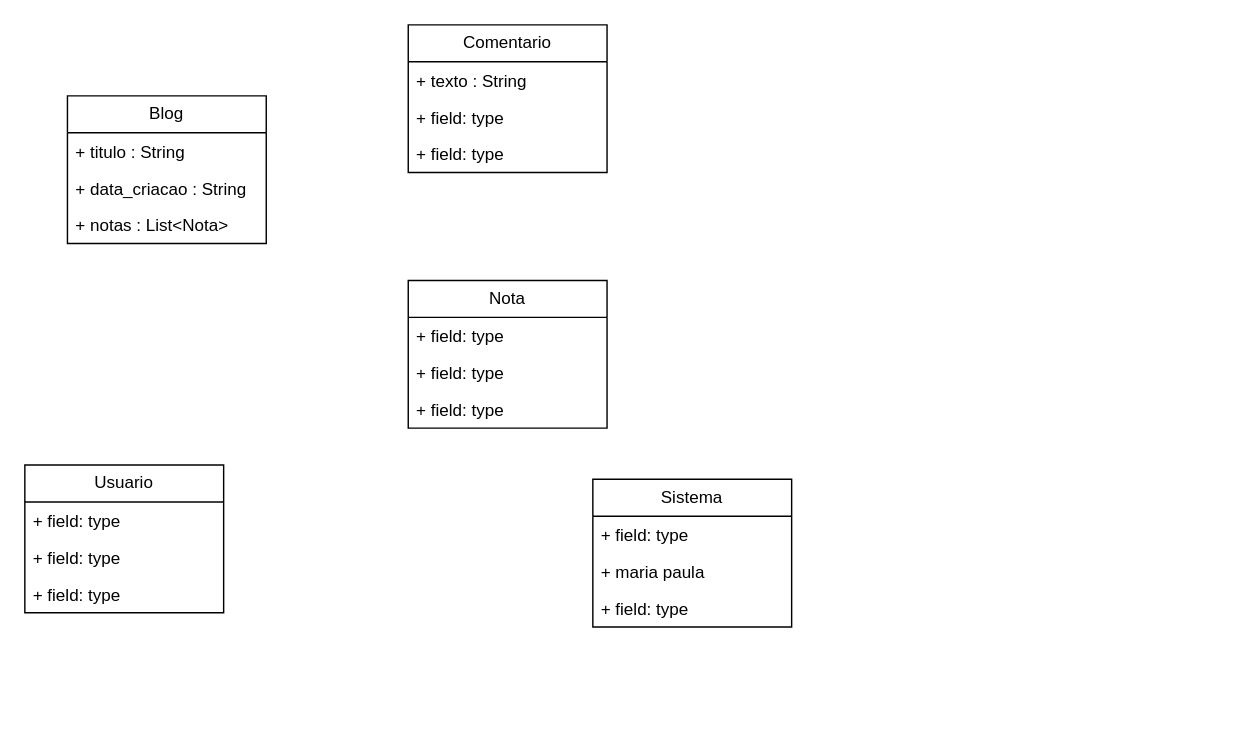
Before: Diagrama sem nome.drawio in JPleal01/Engenharia_Software, a draw.io diagram. Source tidied: cells renumbered, new cells numbered last; positions are measured from the earlier drawing's top-left corner, leaving out a move shared by most shapes. Both pictures are drawn from the tidied source at 142%, with x=0, y=0 at pixel (24, 24).
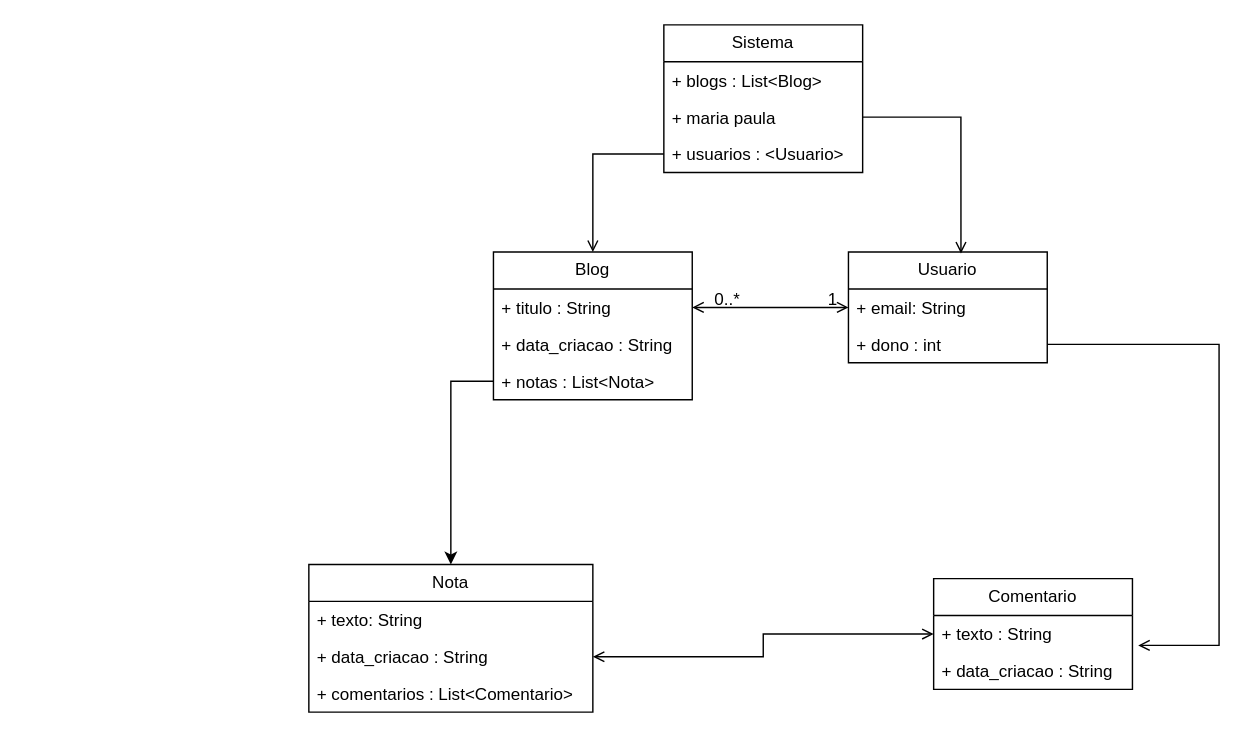
After the change.

The change refers to these unchanged cells:
```xml
<mxCell id="7" value="+ titulo : String" style="text;strokeColor=none;fillColor=none;align=left;verticalAlign=top;spacingLeft=4;spacingRight=4;overflow=hidden;points=[[0,0.5],[1,0.5]];portConstraint=eastwest;whiteSpace=wrap;html=1;" parent="6" vertex="1">
  <mxGeometry y="26" width="140" height="26" as="geometry" />
</mxCell>
<mxCell id="9" value="+ notas : List&amp;lt;Nota&amp;gt;" style="text;strokeColor=none;fillColor=none;align=left;verticalAlign=top;spacingLeft=4;spacingRight=4;overflow=hidden;points=[[0,0.5],[1,0.5]];portConstraint=eastwest;whiteSpace=wrap;html=1;" parent="6" vertex="1">
  <mxGeometry y="78" width="140" height="26" as="geometry" />
</mxCell>
<mxCell id="11" value="+ texto : String" style="text;strokeColor=none;fillColor=none;align=left;verticalAlign=top;spacingLeft=4;spacingRight=4;overflow=hidden;points=[[0,0.5],[1,0.5]];portConstraint=eastwest;whiteSpace=wrap;html=1;" parent="10" vertex="1">
  <mxGeometry y="26" width="140" height="26" as="geometry" />
</mxCell>
<mxCell id="20" value="+ maria paula&amp;nbsp;" style="text;strokeColor=none;fillColor=none;align=left;verticalAlign=top;spacingLeft=4;spacingRight=4;overflow=hidden;points=[[0,0.5],[1,0.5]];portConstraint=eastwest;whiteSpace=wrap;html=1;" parent="18" vertex="1">
  <mxGeometry y="52" width="140" height="26" as="geometry" />
</mxCell>
```

Change to the diagram source:
```diff
@@
     <mxCell id="2" value="Nota" style="swimlane;fontStyle=0;horizontal=1;startSize=26;fillColor=none;whiteSpace=wrap;html=1;" parent="1" vertex="1">
-      <mxGeometry x="270" y="180" width="140" height="104" as="geometry" />
+      <mxGeometry x="200" y="380" width="200" height="104" as="geometry" />
     </mxCell>
-    <mxCell id="3" value="+ field: type" style="text;strokeColor=none;fillColor=none;align=left;verticalAlign=top;spacingLeft=4;spacingRight=4;overflow=hidden;whiteSpace=wrap;html=1;" parent="2" vertex="1">
-      <mxGeometry y="26" width="140" height="26" as="geometry" />
+    <mxCell id="3" value="+ texto: String" style="text;strokeColor=none;fillColor=none;align=left;verticalAlign=top;spacingLeft=4;spacingRight=4;overflow=hidden;whiteSpace=wrap;html=1;" parent="2" vertex="1">
+      <mxGeometry y="26" width="200" height="26" as="geometry" />
     </mxCell>
-    <mxCell id="4" value="+ field: type" style="text;strokeColor=none;fillColor=none;align=left;verticalAlign=top;spacingLeft=4;spacingRight=4;overflow=hidden;points=[[0,0.5],[1,0.5]];portConstraint=eastwest;whiteSpace=wrap;html=1;" parent="2" vertex="1">
-      <mxGeometry y="52" width="140" height="26" as="geometry" />
+    <mxCell id="4" value="+ data_criacao : String&amp;nbsp;" style="text;strokeColor=none;fillColor=none;align=left;verticalAlign=top;spacingLeft=4;spacingRight=4;overflow=hidden;points=[[0,0.5],[1,0.5]];portConstraint=eastwest;whiteSpace=wrap;html=1;" parent="2" vertex="1">
+      <mxGeometry y="52" width="200" height="26" as="geometry" />
     </mxCell>
-    <mxCell id="5" value="+ field: type" style="text;strokeColor=none;fillColor=none;align=left;verticalAlign=top;spacingLeft=4;spacingRight=4;overflow=hidden;whiteSpace=wrap;html=1;" parent="2" vertex="1">
-      <mxGeometry y="78" width="140" height="26" as="geometry" />
+    <mxCell id="5" value="+ comentarios : List&amp;lt;Comentario&amp;gt;" style="text;strokeColor=none;fillColor=none;align=left;verticalAlign=top;spacingLeft=4;spacingRight=4;overflow=hidden;whiteSpace=wrap;html=1;" parent="2" vertex="1">
+      <mxGeometry y="78" width="200" height="26" as="geometry" />
     </mxCell>
     <mxCell id="6" value="Blog" style="swimlane;fontStyle=0;horizontal=1;startSize=26;fillColor=none;whiteSpace=wrap;html=1;" parent="1" vertex="1">
-      <mxGeometry x="30" y="50" width="140" height="104" as="geometry" />
+      <mxGeometry x="330" y="160" width="140" height="104" as="geometry" />
     </mxCell>
@@
     <mxCell id="10" value="Comentario" style="swimlane;fontStyle=0;horizontal=1;startSize=26;fillColor=none;whiteSpace=wrap;html=1;" parent="1" vertex="1">
-      <mxGeometry x="270" width="140" height="104" as="geometry" />
+      <mxGeometry x="640" y="390" width="140" height="78" as="geometry" />
     </mxCell>
@@
-    <mxCell id="12" value="+ field: type" style="text;strokeColor=none;fillColor=none;align=left;verticalAlign=top;spacingLeft=4;spacingRight=4;overflow=hidden;whiteSpace=wrap;html=1;" parent="10" vertex="1">
+    <mxCell id="12" value="+ data_criacao : String" style="text;strokeColor=none;fillColor=none;align=left;verticalAlign=top;spacingLeft=4;spacingRight=4;overflow=hidden;whiteSpace=wrap;html=1;" parent="10" vertex="1">
       <mxGeometry y="52" width="140" height="26" as="geometry" />
     </mxCell>
-    <mxCell id="13" value="+ field: type" style="text;strokeColor=none;fillColor=none;align=left;verticalAlign=top;spacingLeft=4;spacingRight=4;overflow=hidden;whiteSpace=wrap;html=1;" parent="10" vertex="1">
-      <mxGeometry y="78" width="140" height="26" as="geometry" />
-    </mxCell>
     <mxCell id="14" value="Usuario" style="swimlane;fontStyle=0;horizontal=1;startSize=26;fillColor=none;whiteSpace=wrap;html=1;" parent="1" vertex="1">
-      <mxGeometry y="310" width="140" height="104" as="geometry" />
+      <mxGeometry x="580" y="160" width="140" height="78" as="geometry" />
     </mxCell>
-    <mxCell id="15" value="+ field: type" style="text;strokeColor=none;fillColor=none;align=left;verticalAlign=top;spacingLeft=4;spacingRight=4;overflow=hidden;points=[[0,0.5],[1,0.5]];portConstraint=eastwest;whiteSpace=wrap;html=1;" parent="14" vertex="1">
+    <mxCell id="15" value="+ email: String" style="text;strokeColor=none;fillColor=none;align=left;verticalAlign=top;spacingLeft=4;spacingRight=4;overflow=hidden;points=[[0,0.5],[1,0.5]];portConstraint=eastwest;whiteSpace=wrap;html=1;" parent="14" vertex="1">
       <mxGeometry y="26" width="140" height="26" as="geometry" />
     </mxCell>
-    <mxCell id="16" value="+ field: type" style="text;strokeColor=none;fillColor=none;align=left;verticalAlign=top;spacingLeft=4;spacingRight=4;overflow=hidden;whiteSpace=wrap;html=1;" parent="14" vertex="1">
-      <mxGeometry y="52" width="140" height="26" as="geometry" />
-    </mxCell>
-    <mxCell id="17" value="+ field: type" style="text;strokeColor=none;fillColor=none;align=left;verticalAlign=top;spacingLeft=4;spacingRight=4;overflow=hidden;points=[[0,0.5],[1,0.5]];portConstraint=eastwest;whiteSpace=wrap;html=1;" parent="14" vertex="1">
-      <mxGeometry y="78" width="140" height="26" as="geometry" />
+    <mxCell id="17" value="+ dono : int&amp;nbsp;" style="text;strokeColor=none;fillColor=none;align=left;verticalAlign=top;spacingLeft=4;spacingRight=4;overflow=hidden;points=[[0,0.5],[1,0.5]];portConstraint=eastwest;whiteSpace=wrap;html=1;" parent="14" vertex="1">
+      <mxGeometry y="52" width="140" height="26" as="geometry" />
     </mxCell>
     <mxCell id="18" value="Sistema" style="swimlane;fontStyle=0;horizontal=1;startSize=26;fillColor=none;whiteSpace=wrap;html=1;" parent="1" vertex="1">
-      <mxGeometry x="400" y="320" width="140" height="104" as="geometry" />
+      <mxGeometry x="450" width="140" height="104" as="geometry" />
     </mxCell>
-    <mxCell id="19" value="+ field: type" style="text;strokeColor=none;fillColor=none;align=left;verticalAlign=top;spacingLeft=4;spacingRight=4;overflow=hidden;whiteSpace=wrap;html=1;" parent="18" vertex="1">
+    <mxCell id="19" value="+ blogs : List&amp;lt;Blog&amp;gt;" style="text;strokeColor=none;fillColor=none;align=left;verticalAlign=top;spacingLeft=4;spacingRight=4;overflow=hidden;whiteSpace=wrap;html=1;" parent="18" vertex="1">
       <mxGeometry y="26" width="140" height="26" as="geometry" />
     </mxCell>
@@
-    <mxCell id="21" value="+ field: type" style="text;strokeColor=none;fillColor=none;align=left;verticalAlign=top;spacingLeft=4;spacingRight=4;overflow=hidden;points=[[0,0.5],[1,0.5]];portConstraint=eastwest;whiteSpace=wrap;html=1;" parent="18" vertex="1">
+    <mxCell id="21" value="+ usuarios : &amp;lt;Usuario&amp;gt;" style="text;strokeColor=none;fillColor=none;align=left;verticalAlign=top;spacingLeft=4;spacingRight=4;overflow=hidden;points=[[0,0.5],[1,0.5]];portConstraint=eastwest;whiteSpace=wrap;html=1;" parent="18" vertex="1">
       <mxGeometry y="78" width="140" height="26" as="geometry" />
     </mxCell>
+    <mxCell id="22" style="edgeStyle=orthogonalEdgeStyle;rounded=0;jettySize=auto;html=1;entryX=0.5;entryY=0;entryDx=0;entryDy=0;sourcePerimeterSpacing=0;endArrow=open;endFill=0;" parent="1" edge="1" source="21" target="6">
+      <mxGeometry relative="1" as="geometry" />
+    </mxCell>
+    <mxCell id="23" style="edgeStyle=orthogonalEdgeStyle;rounded=0;jettySize=auto;html=1;entryX=0.566;entryY=0.013;entryDx=0;entryDy=0;entryPerimeter=0;curved=0;jumpStyle=sharp;endArrow=open;endFill=0;" parent="1" edge="1" source="20" target="14">
+      <mxGeometry relative="1" as="geometry" />
+    </mxCell>
+    <mxCell id="24" style="edgeStyle=orthogonalEdgeStyle;rounded=0;jettySize=auto;html=1;" parent="1" edge="1" source="9" target="2">
+      <mxGeometry relative="1" as="geometry" />
+    </mxCell>
+    <mxCell id="25" style="rounded=0;jettySize=auto;html=1;entryX=1;entryY=0.5;entryDx=0;entryDy=0;edgeStyle=entityRelationEdgeStyle;startArrow=open;startFill=0;endArrow=open;endFill=0;" parent="1" edge="1" source="15" target="7">
+      <mxGeometry relative="1" as="geometry">
+        <Array as="points">
+          <mxPoint x="580" y="199" />
+        </Array>
+      </mxGeometry>
+    </mxCell>
+    <mxCell id="26" style="edgeStyle=orthogonalEdgeStyle;rounded=0;jettySize=auto;html=1;entryX=1.029;entryY=0.808;entryDx=0;entryDy=0;entryPerimeter=0;endArrow=open;endFill=0;" parent="1" edge="1" source="17" target="11">
+      <mxGeometry relative="1" as="geometry">
+        <Array as="points">
+          <mxPoint x="841" y="225" />
+          <mxPoint x="841" y="437" />
+        </Array>
+      </mxGeometry>
+    </mxCell>
+    <mxCell id="27" style="edgeStyle=orthogonalEdgeStyle;rounded=0;jettySize=auto;html=1;entryX=0;entryY=0.5;entryDx=0;entryDy=0;endArrow=open;endFill=0;startArrow=open;startFill=0;" parent="1" edge="1" source="4" target="11">
+      <mxGeometry relative="1" as="geometry" />
+    </mxCell>
+    <mxCell id="28" value="0..*" style="text;strokeColor=none;fillColor=none;spacingLeft=4;spacingRight=4;overflow=hidden;fontSize=12;whiteSpace=wrap;html=1;" parent="1" vertex="1">
+      <mxGeometry x="480" y="180" width="40" height="30" as="geometry" />
+    </mxCell>
+    <mxCell id="29" value="1" style="text;strokeColor=none;fillColor=none;spacingLeft=4;spacingRight=4;overflow=hidden;fontSize=12;whiteSpace=wrap;html=1;" parent="1" vertex="1">
+      <mxGeometry x="560" y="180" width="40" height="30" as="geometry" />
+    </mxCell>
```
